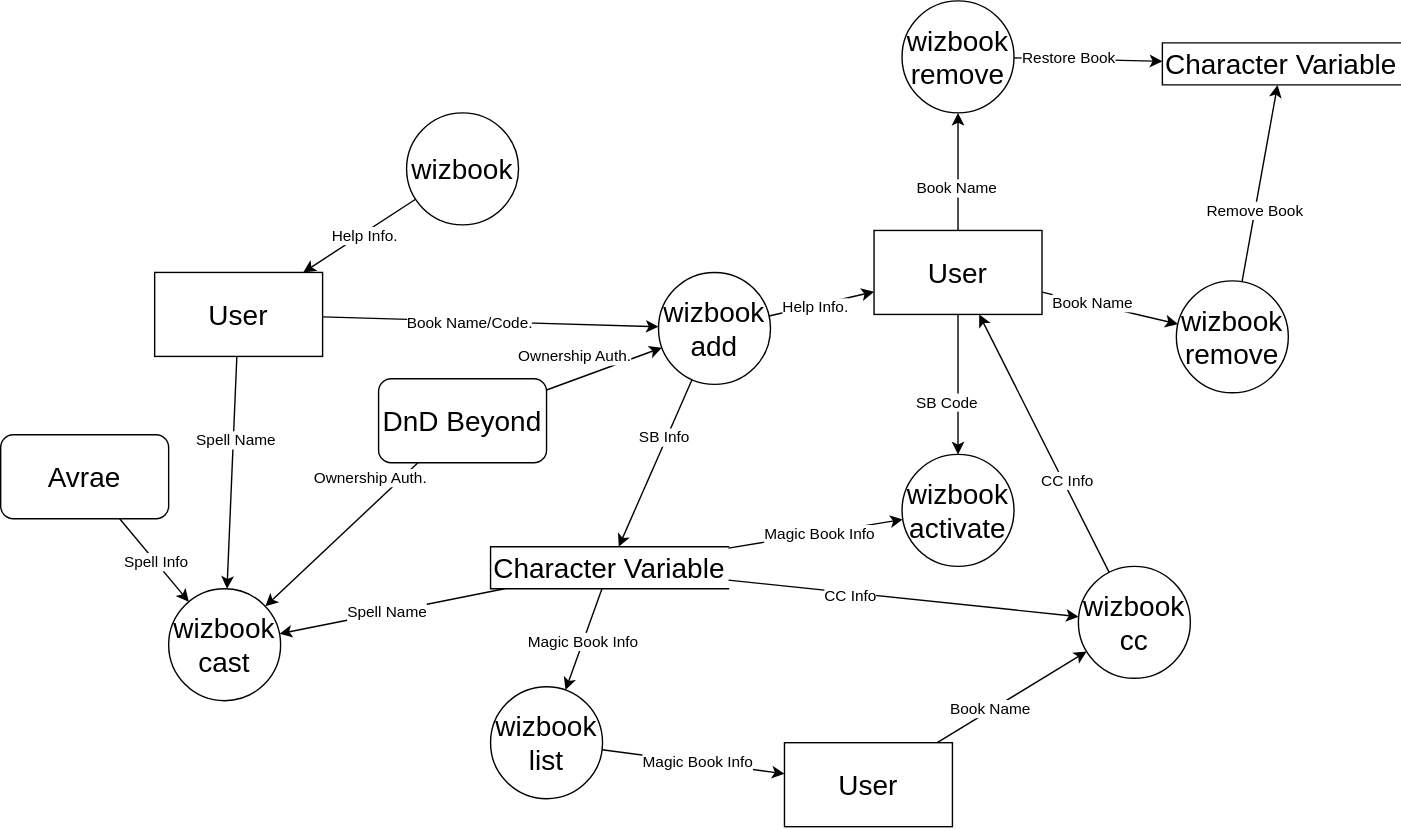
Earlier version of the draw.io export Design/wizbook_DFD.svg (SethHartman13/Magic-Book-Library). Source tidied: cells renumbered, new cells last; positions are measured from the earlier drawing's top-left corner, leaving out a move shared by most shapes.
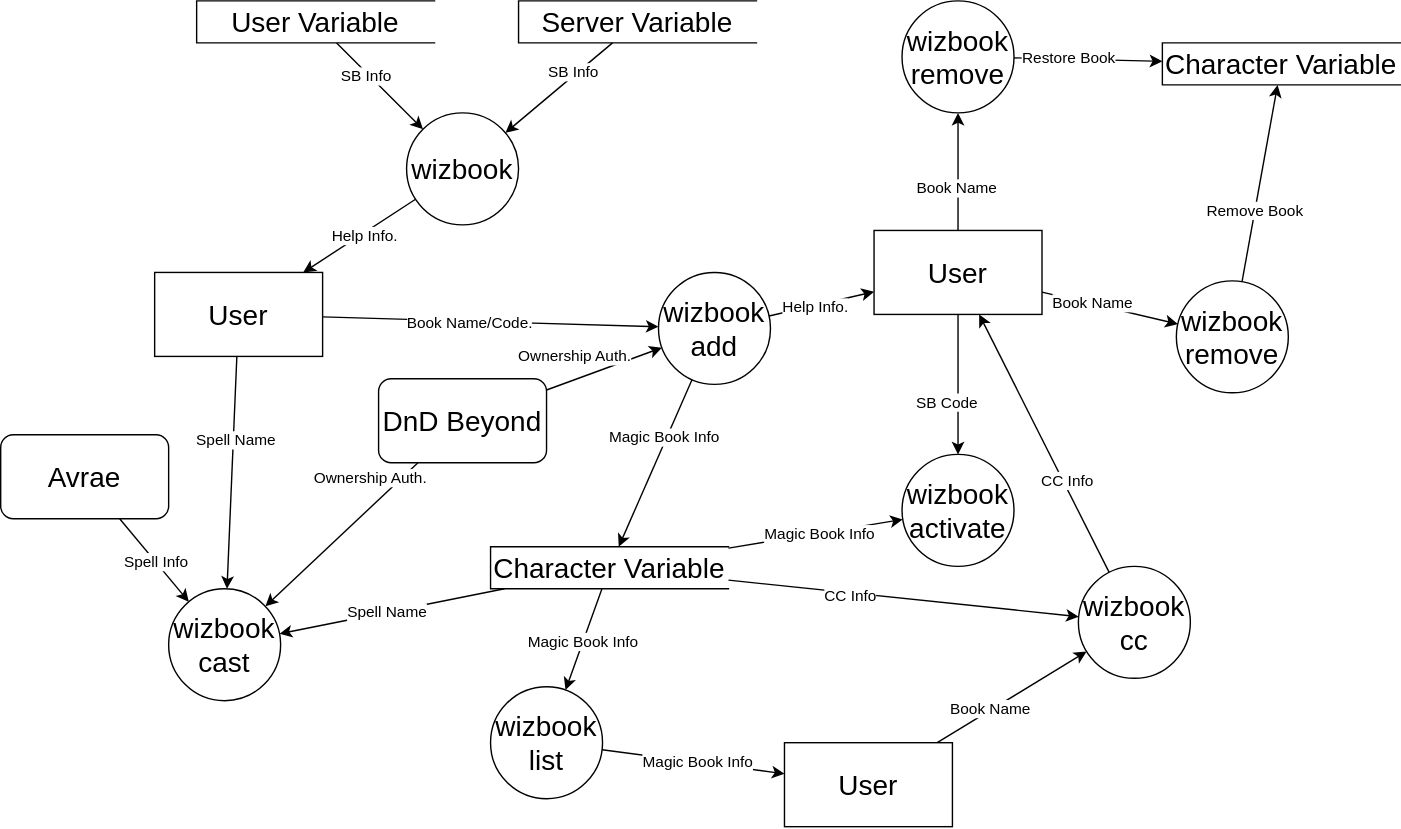
After the change.

Change to the diagram source:
```diff
@@ -32,7 +32,7 @@
     <mxCell id="11" style="endArrow=classic;html=1;rounded=0;noEdgeStyle=1;" parent="1" edge="1" source="8" target="13">
       <mxGeometry relative="1" as="geometry" />
     </mxCell>
-    <mxCell id="12" value="SB Info" style="edgeLabel;html=1;align=center;verticalAlign=middle;" parent="11" vertex="1">
+    <mxCell id="12" value="Magic Book Info" style="edgeLabel;html=1;align=center;verticalAlign=middle;" parent="11" vertex="1">
       <mxGeometry x="-0.3" y="-2" relative="1" as="geometry" />
     </mxCell>
     <mxCell id="13" value="&lt;font style=&quot;font-size: 20px;&quot;&gt;Character Variable&lt;/font&gt;" style="html=1;dashed=0;whiteSpace=wrap;shape=partialRectangle;right=0;" parent="1" vertex="1">
@@ -173,5 +173,23 @@
     <mxCell id="56" value="&lt;font style=&quot;font-size: 20px;&quot;&gt;User&lt;/font&gt;" style="rounded=0;whiteSpace=wrap;html=1;" parent="1" vertex="1">
       <mxGeometry x="110" y="194" width="120" height="60" as="geometry" />
     </mxCell>
+    <mxCell id="57" value="&lt;font style=&quot;font-size: 20px;&quot;&gt;User Variable&lt;/font&gt;" style="html=1;dashed=0;whiteSpace=wrap;shape=partialRectangle;right=0;" parent="1" vertex="1">
+      <mxGeometry x="140" width="170" height="30" as="geometry" />
+    </mxCell>
+    <mxCell id="58" value="&lt;font style=&quot;font-size: 20px;&quot;&gt;Server Variable&lt;/font&gt;" style="html=1;dashed=0;whiteSpace=wrap;shape=partialRectangle;right=0;" parent="1" vertex="1">
+      <mxGeometry x="370" width="170" height="30" as="geometry" />
+    </mxCell>
+    <mxCell id="59" style="endArrow=classic;html=1;rounded=0;noEdgeStyle=1;" parent="1" edge="1" source="58" target="5">
+      <mxGeometry relative="1" as="geometry" />
+    </mxCell>
+    <mxCell id="60" value="SB Info" style="edgeLabel;html=1;align=center;verticalAlign=middle;" parent="59" vertex="1">
+      <mxGeometry x="-0.3" y="-2" relative="1" as="geometry" />
+    </mxCell>
+    <mxCell id="61" style="endArrow=classic;html=1;rounded=0;noEdgeStyle=1;" parent="1" edge="1" source="57" target="5">
+      <mxGeometry relative="1" as="geometry" />
+    </mxCell>
+    <mxCell id="62" value="SB Info" style="edgeLabel;html=1;align=center;verticalAlign=middle;" parent="61" vertex="1">
+      <mxGeometry x="-0.3" y="-2" relative="1" as="geometry" />
+    </mxCell>
   </root>
 </mxGraphModel>
```
